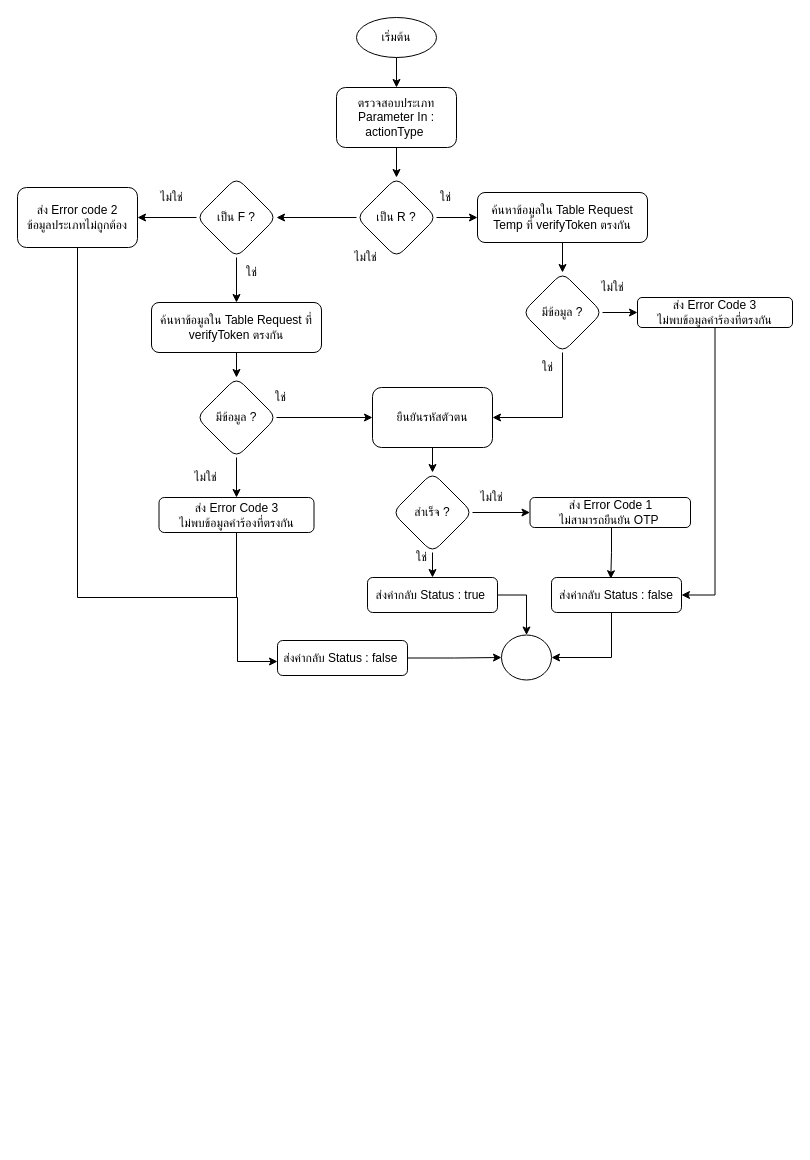
Earlier version of the draw.io diagram page "หน้า-2" (2 of 2) of VerifyOTPByTel.drawio (charifrodmanee/charifrodmanee). Source tidied: cells renumbered, new cells numbered last; positions are measured from the earlier drawing's top-left corner, leaving out a move shared by most shapes. Both pictures are drawn from the tidied source at 100%, with x=0, y=0 at pixel (17, 17).
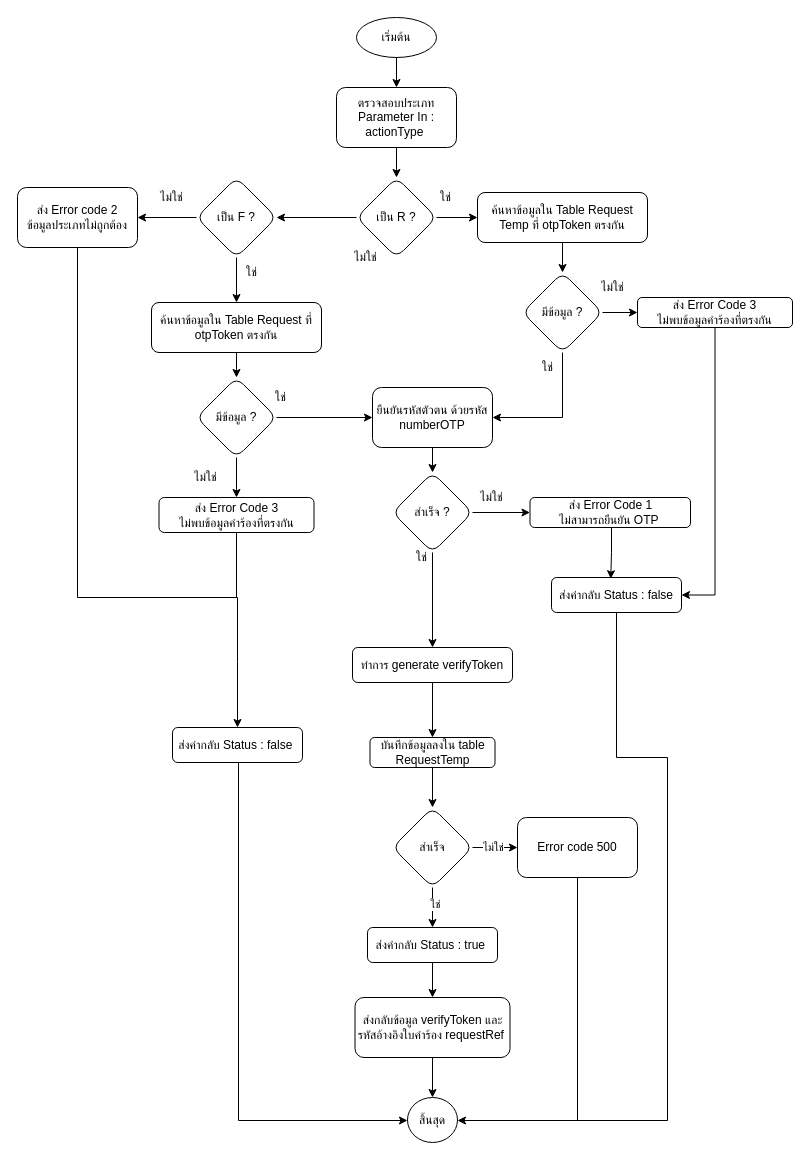
After the change.

The change refers to these unchanged cells:
```xml
<mxCell id="25" style="group;" parent="1" vertex="1">
  <mxGeometry x="134" y="285" width="170" height="230" as="geometry" />
</mxCell>
<mxCell id="27" value="มีข้อมูล ?" style="rhombus;whiteSpace=wrap;html=1;rounded=1;" parent="25" vertex="1">
  <mxGeometry x="45" y="75" width="80" height="80" as="geometry" />
</mxCell>
<mxCell id="29" value="ส่ง Error Code 3&lt;br&gt;ไม่พบข้อมูลคำร้องที่ตรงกัน" style="rounded=1;whiteSpace=wrap;html=1;" parent="25" vertex="1">
  <mxGeometry x="7.5" y="195" width="155" height="35" as="geometry" />
</mxCell>
```

Diff of the diagram source:
```diff
@@
-    <mxCell id="11" value="ค้นหาข้อมูลใน Table Request Temp ที่ verifyToken ตรงกัน" style="rounded=1;whiteSpace=wrap;html=1;" parent="1" vertex="1">
+    <mxCell id="11" value="ค้นหาข้อมูลใน Table Request Temp ที่ otpToken ตรงกัน" style="rounded=1;whiteSpace=wrap;html=1;" parent="1" vertex="1">
       <mxGeometry x="460" y="175" width="170" height="50" as="geometry" />
     </mxCell>
@@
-    <mxCell id="26" value="ค้นหาข้อมูลใน Table Request ที่ verifyToken ตรงกัน" style="rounded=1;whiteSpace=wrap;html=1;" parent="25" vertex="1">
+    <mxCell id="26" value="ค้นหาข้อมูลใน Table Request ที่ otpToken&amp;nbsp;ตรงกัน" style="rounded=1;whiteSpace=wrap;html=1;" parent="25" vertex="1">
       <mxGeometry width="170" height="50" as="geometry" />
     </mxCell>
@@
-    <mxCell id="34" style="group;" parent="1" vertex="1">
-      <mxGeometry x="350" y="370" width="323" height="305" as="geometry" />
-    </mxCell>
+    <mxCell id="51" style="edgeStyle=orthogonalEdgeStyle;rounded=0;jettySize=auto;html=1;" parent="1" edge="1" source="27" target="38">
+      <mxGeometry relative="1" as="geometry" />
+    </mxCell>
+    <mxCell id="52" style="edgeStyle=orthogonalEdgeStyle;rounded=0;jettySize=auto;html=1;endArrow=none;endFill=0;" parent="1" edge="1" source="29">
+      <mxGeometry relative="1" as="geometry">
+        <mxPoint x="219" y="580" as="targetPoint" />
+      </mxGeometry>
+    </mxCell>
+    <mxCell id="53" value="ใช่" style="text;html=1;align=center;verticalAlign=middle;strokeColor=none;fillColor=none;" parent="1" vertex="1">
+      <mxGeometry x="510" y="335" width="40" height="30" as="geometry" />
+    </mxCell>
+    <mxCell id="54" value="ใช่" style="text;html=1;align=center;verticalAlign=middle;strokeColor=none;fillColor=none;" parent="1" vertex="1">
+      <mxGeometry x="213.5" y="240" width="40" height="30" as="geometry" />
+    </mxCell>
-    <mxCell id="35" style="ellipse;whiteSpace=wrap;html=1;" parent="34" vertex="1">
-      <mxGeometry x="134" y="247.5" width="50" height="45" as="geometry" />
+    <mxCell id="35" value="สิ้นสุด" style="ellipse;whiteSpace=wrap;html=1;" parent="1" vertex="1">
+      <mxGeometry x="390" y="1080" width="50" height="45" as="geometry" />
     </mxCell>
-    <mxCell id="36" style="edgeStyle=orthogonalEdgeStyle;rounded=0;jettySize=auto;html=1;entryX=0.5;entryY=0;entryDx=0;entryDy=0;endArrow=classic;endFill=1;" parent="34" edge="1" source="37" target="35">
-      <mxGeometry relative="1" as="geometry" />
-    </mxCell>
-    <mxCell id="37" value="ส่งค่ากลับ Status : true&amp;nbsp;" style="rounded=1;whiteSpace=wrap;html=1;" parent="34" vertex="1">
-      <mxGeometry y="190" width="130" height="35" as="geometry" />
-    </mxCell>
-    <mxCell id="38" value="ยืนยันรหัสตัวตน" style="whiteSpace=wrap;html=1;rounded=1;" parent="34" vertex="1">
-      <mxGeometry x="5" width="120" height="60" as="geometry" />
+    <mxCell id="38" value="ยืนยันรหัสตัวตน ด้วยรหัส numberOTP" style="whiteSpace=wrap;html=1;rounded=1;" parent="1" vertex="1">
+      <mxGeometry x="355" y="370" width="120" height="60" as="geometry" />
     </mxCell>
-    <mxCell id="39" style="edgeStyle=orthogonalEdgeStyle;rounded=0;jettySize=auto;html=1;endArrow=classic;endFill=1;" parent="34" edge="1" source="40" target="37">
+    <mxCell id="39" style="edgeStyle=orthogonalEdgeStyle;rounded=0;jettySize=auto;html=1;endArrow=classic;endFill=1;" parent="1" edge="1" source="40" target="56">
       <mxGeometry relative="1" as="geometry" />
     </mxCell>
-    <mxCell id="40" value="สำเร็จ ?" style="rhombus;whiteSpace=wrap;html=1;rounded=1;" parent="34" vertex="1">
-      <mxGeometry x="25" y="85" width="80" height="80" as="geometry" />
+    <mxCell id="40" value="สำเร็จ ?" style="rhombus;whiteSpace=wrap;html=1;rounded=1;" parent="1" vertex="1">
+      <mxGeometry x="375" y="455" width="80" height="80" as="geometry" />
     </mxCell>
-    <mxCell id="41" style="edgeStyle=orthogonalEdgeStyle;rounded=0;jettySize=auto;html=1;entryX=0.5;entryY=0;entryDx=0;entryDy=0;" parent="34" edge="1" source="38" target="40">
+    <mxCell id="41" style="edgeStyle=orthogonalEdgeStyle;rounded=0;jettySize=auto;html=1;entryX=0.5;entryY=0;entryDx=0;entryDy=0;" parent="1" edge="1" source="38" target="40">
       <mxGeometry relative="1" as="geometry">
         <Array as="points">
-          <mxPoint x="115" y="40" />
-          <mxPoint x="115" y="40" />
+          <mxPoint x="465" y="410" />
+          <mxPoint x="465" y="410" />
         </Array>
       </mxGeometry>
     </mxCell>
-    <mxCell id="42" value="ส่ง Error Code 1&lt;br&gt;ไม่สามารถยืนยัน OTP&amp;nbsp;" style="whiteSpace=wrap;html=1;rounded=1;" parent="34" vertex="1">
-      <mxGeometry x="162.5" y="110" width="160.5" height="30" as="geometry" />
+    <mxCell id="42" value="ส่ง Error Code 1&lt;br&gt;ไม่สามารถยืนยัน OTP&amp;nbsp;" style="whiteSpace=wrap;html=1;rounded=1;" parent="1" vertex="1">
+      <mxGeometry x="512.5" y="480" width="160.5" height="30" as="geometry" />
     </mxCell>
-    <mxCell id="43" style="edgeStyle=orthogonalEdgeStyle;rounded=0;jettySize=auto;html=1;" parent="34" edge="1" source="40" target="42">
+    <mxCell id="43" style="edgeStyle=orthogonalEdgeStyle;rounded=0;jettySize=auto;html=1;" parent="1" edge="1" source="40" target="42">
       <mxGeometry relative="1" as="geometry" />
     </mxCell>
-    <mxCell id="44" style="edgeStyle=orthogonalEdgeStyle;rounded=0;jettySize=auto;html=1;entryX=1;entryY=0.5;entryDx=0;entryDy=0;endArrow=classic;endFill=1;" parent="34" edge="1" source="45" target="35">
+    <mxCell id="44" style="edgeStyle=orthogonalEdgeStyle;rounded=0;jettySize=auto;html=1;endArrow=classic;endFill=1;exitX=0.5;exitY=1;exitDx=0;exitDy=0;" parent="1" edge="1" source="45" target="35">
       <mxGeometry relative="1" as="geometry">
         <Array as="points">
-          <mxPoint x="244" y="270" />
+          <mxPoint x="599" y="740" />
+          <mxPoint x="650" y="740" />
+          <mxPoint x="650" y="1103" />
         </Array>
       </mxGeometry>
     </mxCell>
-    <mxCell id="45" value="ส่งค่ากลับ Status : false" style="rounded=1;whiteSpace=wrap;html=1;" parent="34" vertex="1">
-      <mxGeometry x="184" y="190" width="130" height="35" as="geometry" />
+    <mxCell id="45" value="ส่งค่ากลับ Status : false" style="rounded=1;whiteSpace=wrap;html=1;" parent="1" vertex="1">
+      <mxGeometry x="534" y="560" width="130" height="35" as="geometry" />
     </mxCell>
-    <mxCell id="46" value="ไม่ใช่" style="text;html=1;align=center;verticalAlign=middle;strokeColor=none;fillColor=none;" parent="34" vertex="1">
-      <mxGeometry x="99" y="95" width="50" height="30" as="geometry" />
+    <mxCell id="46" value="ไม่ใช่" style="text;html=1;align=center;verticalAlign=middle;strokeColor=none;fillColor=none;" parent="1" vertex="1">
+      <mxGeometry x="449" y="465" width="50" height="30" as="geometry" />
     </mxCell>
-    <mxCell id="47" value="ใช่" style="text;html=1;align=center;verticalAlign=middle;strokeColor=none;fillColor=none;" parent="34" vertex="1">
-      <mxGeometry x="34" y="155" width="40" height="30" as="geometry" />
+    <mxCell id="47" value="ใช่" style="text;html=1;align=center;verticalAlign=middle;strokeColor=none;fillColor=none;" parent="1" vertex="1">
+      <mxGeometry x="384" y="525" width="40" height="30" as="geometry" />
     </mxCell>
-    <mxCell id="48" style="edgeStyle=orthogonalEdgeStyle;rounded=0;jettySize=auto;html=1;entryX=0.456;entryY=0.035;entryDx=0;entryDy=0;entryPerimeter=0;endArrow=classic;endFill=1;" parent="34" edge="1" source="42" target="45">
+    <mxCell id="48" style="edgeStyle=orthogonalEdgeStyle;rounded=0;jettySize=auto;html=1;entryX=0.456;entryY=0.035;entryDx=0;entryDy=0;entryPerimeter=0;endArrow=classic;endFill=1;" parent="1" edge="1" source="42" target="45">
       <mxGeometry relative="1" as="geometry">
         <Array as="points">
-          <mxPoint x="244" y="165" />
-          <mxPoint x="243" y="165" />
+          <mxPoint x="594" y="535" />
+          <mxPoint x="593" y="535" />
         </Array>
       </mxGeometry>
     </mxCell>
-    <mxCell id="49" value="ส่งค่ากลับ Status : false&amp;nbsp;" style="rounded=1;whiteSpace=wrap;html=1;" parent="34" vertex="1">
-      <mxGeometry x="-90" y="253" width="130" height="35" as="geometry" />
+    <mxCell id="49" value="ส่งค่ากลับ Status : false&amp;nbsp;" style="rounded=1;whiteSpace=wrap;html=1;" parent="1" vertex="1">
+      <mxGeometry x="155" y="710" width="130" height="35" as="geometry" />
     </mxCell>
-    <mxCell id="50" style="edgeStyle=orthogonalEdgeStyle;rounded=0;jettySize=auto;html=1;endArrow=classic;endFill=1;" parent="34" edge="1" source="49" target="35">
-      <mxGeometry relative="1" as="geometry" />
+    <mxCell id="50" style="edgeStyle=orthogonalEdgeStyle;rounded=0;jettySize=auto;html=1;endArrow=classic;endFill=1;" parent="1" edge="1" source="49" target="35">
+      <mxGeometry relative="1" as="geometry">
+        <Array as="points">
+          <mxPoint x="221" y="1103" />
+        </Array>
+      </mxGeometry>
     </mxCell>
-    <mxCell id="51" style="edgeStyle=orthogonalEdgeStyle;rounded=0;jettySize=auto;html=1;" parent="1" edge="1" source="27" target="38">
-      <mxGeometry relative="1" as="geometry" />
-    </mxCell>
-    <mxCell id="52" style="edgeStyle=orthogonalEdgeStyle;rounded=0;jettySize=auto;html=1;endArrow=none;endFill=0;" parent="1" edge="1" source="29">
-      <mxGeometry relative="1" as="geometry">
-        <mxPoint x="219" y="580" as="targetPoint" />
-      </mxGeometry>
-    </mxCell>
-    <mxCell id="53" value="ใช่" style="text;html=1;align=center;verticalAlign=middle;strokeColor=none;fillColor=none;" parent="1" vertex="1">
-      <mxGeometry x="510" y="335" width="40" height="30" as="geometry" />
-    </mxCell>
-    <mxCell id="54" value="ใช่" style="text;html=1;align=center;verticalAlign=middle;strokeColor=none;fillColor=none;" parent="1" vertex="1">
-      <mxGeometry x="213.5" y="240" width="40" height="30" as="geometry" />
-    </mxCell>
+    <mxCell id="55" style="edgeStyle=orthogonalEdgeStyle;rounded=0;jettySize=auto;html=1;" parent="1" edge="1" source="56" target="58">
+      <mxGeometry relative="1" as="geometry" />
+    </mxCell>
+    <mxCell id="56" value="ทำการ generate verifyToken" style="rounded=1;whiteSpace=wrap;html=1;" parent="1" vertex="1">
+      <mxGeometry x="335" y="630" width="160" height="35" as="geometry" />
+    </mxCell>
+    <mxCell id="57" style="edgeStyle=orthogonalEdgeStyle;rounded=0;jettySize=auto;html=1;" parent="1" edge="1" source="58" target="63">
+      <mxGeometry relative="1" as="geometry" />
+    </mxCell>
+    <mxCell id="58" value="บันทึกข้อมูลลงใน table RequestTemp" style="whiteSpace=wrap;html=1;rounded=1;" parent="1" vertex="1">
+      <mxGeometry x="352.5" y="720" width="125" height="30" as="geometry" />
+    </mxCell>
+    <mxCell id="59" style="edgeStyle=orthogonalEdgeStyle;rounded=0;jettySize=auto;html=1;" parent="1" edge="1" source="63" target="65">
+      <mxGeometry relative="1" as="geometry" />
+    </mxCell>
+    <mxCell id="60" value="ไม่ใช่" style="edgeLabel;html=1;align=center;verticalAlign=middle;" parent="59" vertex="1">
+      <mxGeometry x="-0.1" y="1" relative="1" as="geometry" />
+    </mxCell>
+    <mxCell id="61" style="edgeStyle=orthogonalEdgeStyle;rounded=0;jettySize=auto;html=1;endArrow=classic;endFill=1;" parent="1" edge="1" source="63" target="37">
+      <mxGeometry relative="1" as="geometry" />
+    </mxCell>
+    <mxCell id="62" value="ใช่" style="edgeLabel;html=1;align=center;verticalAlign=middle;" parent="61" vertex="1">
+      <mxGeometry x="-0.19" y="2" relative="1" as="geometry" />
+    </mxCell>
+    <mxCell id="63" value="สำเร็จ" style="rhombus;whiteSpace=wrap;html=1;rounded=1;" parent="1" vertex="1">
+      <mxGeometry x="375" y="790" width="80" height="80" as="geometry" />
+    </mxCell>
+    <mxCell id="64" style="edgeStyle=orthogonalEdgeStyle;rounded=0;jettySize=auto;html=1;endArrow=none;endFill=0;exitX=0.5;exitY=1;exitDx=0;exitDy=0;" parent="1" edge="1" source="65">
+      <mxGeometry relative="1" as="geometry">
+        <mxPoint x="560" y="1103" as="targetPoint" />
+      </mxGeometry>
+    </mxCell>
+    <mxCell id="65" value="Error code 500" style="whiteSpace=wrap;html=1;rounded=1;" parent="1" vertex="1">
+      <mxGeometry x="500" y="800" width="120" height="60" as="geometry" />
+    </mxCell>
+    <mxCell id="66" style="edgeStyle=orthogonalEdgeStyle;rounded=0;jettySize=auto;html=1;endArrow=classic;endFill=1;" parent="1" edge="1" source="67" target="35">
+      <mxGeometry relative="1" as="geometry" />
+    </mxCell>
+    <mxCell id="67" value="ส่งกลับข้อมูล verifyToken และ รหัสอ้างอิงใบคำร้อง requestRef&amp;nbsp;" style="whiteSpace=wrap;html=1;rounded=1;" parent="1" vertex="1">
+      <mxGeometry x="337.5" y="980" width="155" height="60" as="geometry" />
+    </mxCell>
+    <mxCell id="68" style="edgeStyle=orthogonalEdgeStyle;rounded=0;jettySize=auto;html=1;endArrow=classic;endFill=1;" parent="1" edge="1" source="37" target="67">
+      <mxGeometry relative="1" as="geometry" />
+    </mxCell>
+    <mxCell id="37" value="ส่งค่ากลับ Status : true&amp;nbsp;" style="rounded=1;whiteSpace=wrap;html=1;" parent="1" vertex="1">
+      <mxGeometry x="350" y="910" width="130" height="35" as="geometry" />
+    </mxCell>
```
